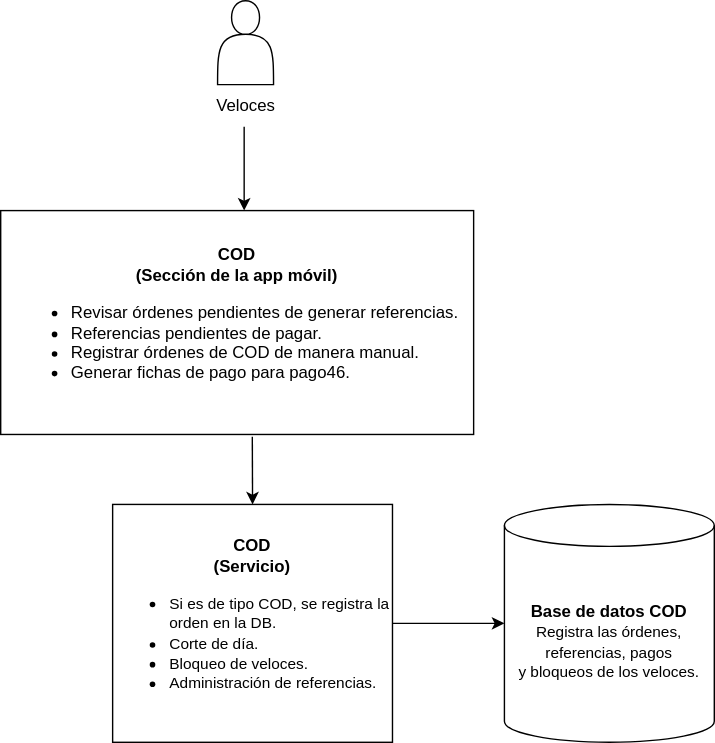
dani99m/Diagramas keeps this draw.io diagram as Diagrama C1 COD.svg. Above is the earlier version. Source tidied: cells renumbered, new cells last; positions are measured from the earlier drawing's top-left corner, leaving out a move shared by most shapes.
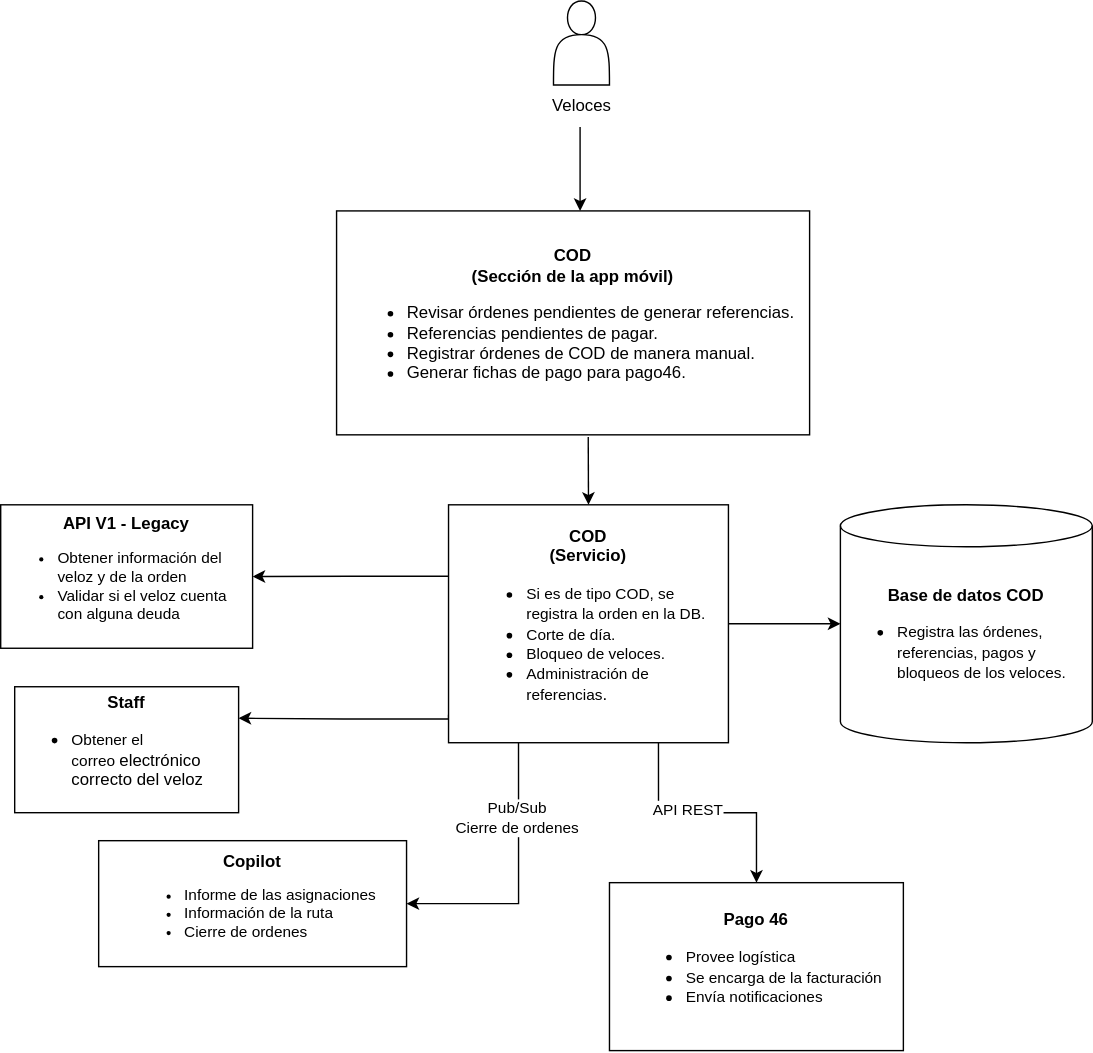
The same diagram one commit later.

What changed in the source:
```diff
@@ -26,11 +26,48 @@
     <mxCell id="7" style="edgeStyle=orthogonalEdgeStyle;rounded=0;jettySize=auto;html=1;" parent="1" edge="1" source="8" target="9">
       <mxGeometry relative="1" as="geometry" />
     </mxCell>
+    <mxCell id="10" style="edgeStyle=orthogonalEdgeStyle;rounded=0;jettySize=auto;html=1;fontSize=11;exitX=-0.002;exitY=0.3;exitDx=0;exitDy=0;exitPerimeter=0;" parent="1" edge="1" source="8" target="16">
+      <mxGeometry relative="1" as="geometry" />
+    </mxCell>
+    <mxCell id="11" style="edgeStyle=orthogonalEdgeStyle;rounded=0;jettySize=auto;html=1;exitX=0;exitY=0.882;exitDx=0;exitDy=0;fontSize=11;exitPerimeter=0;entryX=1;entryY=0.25;entryDx=0;entryDy=0;" parent="1" edge="1" source="8" target="17">
+      <mxGeometry relative="1" as="geometry">
+        <Array as="points">
+          <mxPoint x="80" y="513" />
+          <mxPoint x="5" y="513" />
+        </Array>
+      </mxGeometry>
+    </mxCell>
+    <mxCell id="12" style="edgeStyle=orthogonalEdgeStyle;rounded=0;jettySize=auto;html=1;exitX=0.25;exitY=1;exitDx=0;exitDy=0;entryX=1;entryY=0.5;entryDx=0;entryDy=0;fontSize=11;" parent="1" edge="1" source="8" target="18">
+      <mxGeometry relative="1" as="geometry" />
+    </mxCell>
+    <mxCell id="13" value="Pub/Sub&lt;br&gt;Cierre de ordenes" style="edgeLabel;html=1;align=center;verticalAlign=middle;fontSize=11;" parent="12" vertex="1">
+      <mxGeometry x="-0.25" y="-1" relative="1" as="geometry">
+        <mxPoint y="-20" as="offset" />
+      </mxGeometry>
+    </mxCell>
+    <mxCell id="14" style="edgeStyle=orthogonalEdgeStyle;rounded=0;jettySize=auto;html=1;exitX=0.75;exitY=1;exitDx=0;exitDy=0;fontSize=12;" parent="1" edge="1" source="8" target="19">
+      <mxGeometry relative="1" as="geometry" />
+    </mxCell>
+    <mxCell id="15" value="API REST" style="edgeLabel;html=1;align=center;verticalAlign=middle;fontSize=11;" parent="14" vertex="1">
+      <mxGeometry x="-0.17" y="2" relative="1" as="geometry" />
+    </mxCell>
-    <mxCell id="8" value="&lt;b&gt;COD&lt;br&gt;(&lt;/b&gt;&lt;b&gt;Servicio&lt;/b&gt;&lt;b&gt;)&lt;br&gt;&lt;/b&gt;&lt;div style=&quot;text-align: left;&quot;&gt;&lt;ul&gt;&lt;li&gt;&lt;span style=&quot;background-color: initial;&quot;&gt;&lt;font style=&quot;font-size: 11px;&quot;&gt;Si es de tipo COD, se registra la orden&amp;nbsp;en la DB.&lt;/font&gt;&lt;/span&gt;&lt;/li&gt;&lt;li&gt;&lt;span style=&quot;background-color: initial;&quot;&gt;&lt;font style=&quot;font-size: 11px;&quot;&gt;Corte de día.&lt;/font&gt;&lt;/span&gt;&lt;/li&gt;&lt;li&gt;&lt;span style=&quot;background-color: initial;&quot;&gt;&lt;font style=&quot;font-size: 11px;&quot;&gt;Bloqueo de veloces.&lt;/font&gt;&lt;/span&gt;&lt;/li&gt;&lt;li&gt;&lt;span style=&quot;background-color: initial;&quot;&gt;&lt;font style=&quot;font-size: 11px;&quot;&gt;Administración de referencias.&lt;/font&gt;&lt;/span&gt;&lt;/li&gt;&lt;/ul&gt;&lt;/div&gt;" style="rounded=0;whiteSpace=wrap;html=1;" parent="1" vertex="1">
+    <mxCell id="8" value="&lt;b&gt;COD&lt;br&gt;(&lt;/b&gt;&lt;b&gt;Servicio&lt;/b&gt;&lt;b&gt;)&lt;br&gt;&lt;/b&gt;&lt;div style=&quot;text-align: left;&quot;&gt;&lt;ul&gt;&lt;li&gt;&lt;span style=&quot;background-color: initial;&quot;&gt;&lt;font style=&quot;font-size: 11px;&quot;&gt;Si es de tipo COD, se &lt;br&gt;registra la orden&amp;nbsp;en la DB.&lt;/font&gt;&lt;/span&gt;&lt;/li&gt;&lt;li&gt;&lt;span style=&quot;background-color: initial;&quot;&gt;&lt;font style=&quot;font-size: 11px;&quot;&gt;Corte de día.&lt;/font&gt;&lt;/span&gt;&lt;/li&gt;&lt;li&gt;&lt;span style=&quot;background-color: initial;&quot;&gt;&lt;font style=&quot;font-size: 11px;&quot;&gt;Bloqueo de veloces.&lt;/font&gt;&lt;/span&gt;&lt;/li&gt;&lt;li&gt;&lt;span style=&quot;background-color: initial;&quot;&gt;&lt;font style=&quot;font-size: 11px;&quot;&gt;Administración de &lt;br&gt;referencias&lt;/font&gt;&lt;/span&gt;.&lt;/li&gt;&lt;/ul&gt;&lt;/div&gt;" style="rounded=0;whiteSpace=wrap;html=1;" parent="1" vertex="1">
       <mxGeometry x="80" y="360" width="200" height="170" as="geometry" />
     </mxCell>
-    <mxCell id="9" value="&lt;b&gt;Base de datos COD&lt;/b&gt;&lt;br&gt;&lt;font style=&quot;font-size: 11px;&quot;&gt;Registra las órdenes, referencias, pagos &lt;br&gt;y bloqueos de los veloces.&lt;/font&gt;" style="shape=cylinder3;whiteSpace=wrap;html=1;boundedLbl=1;backgroundOutline=1;size=15;" parent="1" vertex="1">
-      <mxGeometry x="360" y="360" width="150" height="170" as="geometry" />
+    <mxCell id="9" value="&lt;b&gt;Base de datos COD&lt;/b&gt;&lt;br&gt;&lt;ul&gt;&lt;li style=&quot;text-align: left;&quot;&gt;&lt;font style=&quot;font-size: 11px;&quot;&gt;Registra las órdenes, referencias, pagos&lt;/font&gt;&lt;font style=&quot;font-size: 11px;&quot;&gt;&lt;font style=&quot;&quot;&gt;&amp;nbsp;&lt;/font&gt;y bloqueos de los veloces.&lt;/font&gt;&lt;/li&gt;&lt;/ul&gt;" style="shape=cylinder3;whiteSpace=wrap;html=1;boundedLbl=1;backgroundOutline=1;size=15;" parent="1" vertex="1">
+      <mxGeometry x="360" y="360" width="180" height="170" as="geometry" />
     </mxCell>
+    <mxCell id="16" value="&lt;font style=&quot;font-weight: bold; font-size: 12px;&quot;&gt;API V1 - Legacy&lt;/font&gt;&lt;br&gt;&lt;div style=&quot;text-align: left;&quot;&gt;&lt;ul style=&quot;&quot;&gt;&lt;li style=&quot;&quot;&gt;&lt;span style=&quot;background-color: initial;&quot;&gt;Obtener información&amp;nbsp;&lt;/span&gt;del veloz y de la orden&lt;/li&gt;&lt;li style=&quot;&quot;&gt;Validar si el veloz cuenta con alguna deuda&lt;/li&gt;&lt;/ul&gt;&lt;/div&gt;" style="rounded=0;whiteSpace=wrap;html=1;fontSize=11;" parent="1" vertex="1">
+      <mxGeometry x="-240" y="360" width="180" height="102.5" as="geometry" />
+    </mxCell>
+    <mxCell id="17" value="&lt;b&gt;Staff&lt;/b&gt;&lt;br&gt;&lt;div style=&quot;text-align: left;&quot;&gt;&lt;ul&gt;&lt;li&gt;&lt;span style=&quot;background-color: initial;&quot;&gt;&lt;font style=&quot;font-size: 11px;&quot;&gt;Obtener el correo&amp;nbsp;&lt;/font&gt;&lt;/span&gt;electrónico correcto del veloz&lt;/li&gt;&lt;/ul&gt;&lt;/div&gt;" style="rounded=0;whiteSpace=wrap;html=1;fontSize=12;" parent="1" vertex="1">
+      <mxGeometry x="-230" y="490" width="160" height="90" as="geometry" />
+    </mxCell>
+    <mxCell id="18" value="&lt;font style=&quot;font-size: 12px;&quot;&gt;&lt;b&gt;Copilot&lt;/b&gt;&lt;/font&gt;&lt;br&gt;&lt;ul&gt;&lt;li style=&quot;text-align: left;&quot;&gt;Informe de las asignaciones&lt;/li&gt;&lt;li style=&quot;text-align: left;&quot;&gt;Información de la ruta&lt;/li&gt;&lt;li style=&quot;text-align: left;&quot;&gt;Cierre de ordenes&lt;/li&gt;&lt;/ul&gt;" style="rounded=0;whiteSpace=wrap;html=1;fontSize=11;" parent="1" vertex="1">
+      <mxGeometry x="-170" y="600" width="220" height="90" as="geometry" />
+    </mxCell>
+    <mxCell id="19" value="&lt;b&gt;Pago 46&lt;br&gt;&lt;/b&gt;&lt;ul&gt;&lt;li style=&quot;text-align: left;&quot;&gt;&lt;font style=&quot;font-size: 11px;&quot;&gt;Provee logística&lt;/font&gt;&lt;/li&gt;&lt;li style=&quot;text-align: left;&quot;&gt;&lt;font style=&quot;font-size: 11px;&quot;&gt;Se encarga de la facturación&lt;/font&gt;&lt;/li&gt;&lt;li style=&quot;text-align: left;&quot;&gt;&lt;font style=&quot;font-size: 11px;&quot;&gt;Envía notificaciones&lt;/font&gt;&lt;/li&gt;&lt;/ul&gt;" style="rounded=0;whiteSpace=wrap;html=1;fontSize=12;" parent="1" vertex="1">
+      <mxGeometry x="195" y="630" width="210" height="120" as="geometry" />
+    </mxCell>
   </root>
 </mxGraphModel>
```
